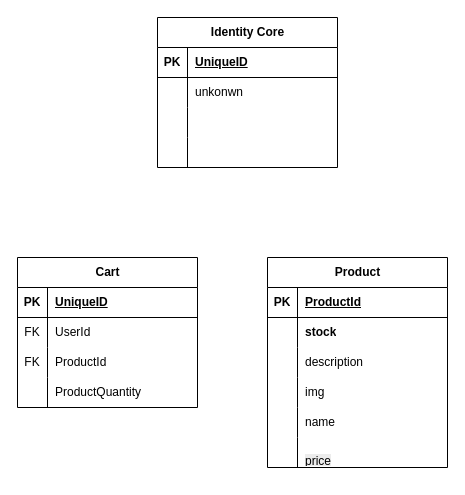
Before: DBDiagram.drawio in TecJoJo/MyStore_backend, a draw.io diagram. Source tidied: cells renumbered, new cells numbered last; positions are measured from the earlier drawing's top-left corner, leaving out a move shared by most shapes. Both pictures are drawn from the tidied source at 100%, with x=0, y=0 at pixel (17, 17).
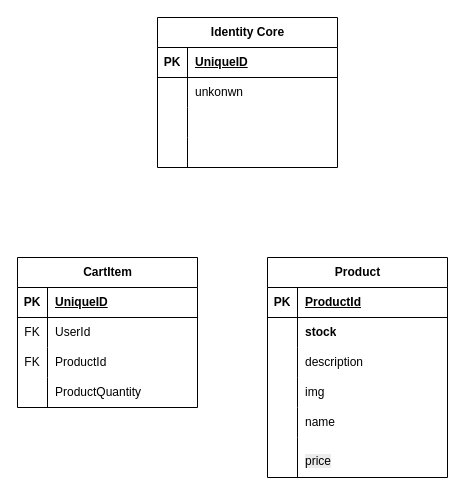
After the change.

The edit, as a diff of the source:
```diff
@@
     <mxCell id="2" value="Product" style="shape=table;startSize=30;childLayout=tableLayout;rowLines=0;fontStyle=1;align=center;html=1;" parent="1" vertex="1">
-      <mxGeometry x="250" y="240" width="180" height="210" as="geometry" />
+      <mxGeometry x="250" y="240" width="180" height="220" as="geometry" />
     </mxCell>
@@
     <mxCell id="18" style="shape=tableRow;horizontal=0;startSize=0;swimlaneHead=0;swimlaneBody=0;fillColor=none;top=0;left=0;right=0;bottom=0;" parent="2" vertex="1">
-      <mxGeometry y="180" width="180" height="30" as="geometry" />
+      <mxGeometry y="180" width="180" height="40" as="geometry" />
     </mxCell>
     <mxCell id="19" style="shape=partialRectangle;fillColor=none;top=0;left=0;bottom=0;right=0;overflow=hidden;whiteSpace=wrap;html=1;" parent="18" vertex="1">
-      <mxGeometry width="30" height="30" as="geometry" />
+      <mxGeometry width="30" height="40" as="geometry" />
     </mxCell>
     <mxCell id="20" value="&#10;&lt;span style=&quot;color: rgb(0, 0, 0); font-family: Helvetica; font-size: 12px; font-style: normal; font-variant-ligatures: normal; font-variant-caps: normal; font-weight: 400; letter-spacing: normal; orphans: 2; text-align: left; text-indent: 0px; text-transform: none; widows: 2; word-spacing: 0px; -webkit-text-stroke-width: 0px; white-space: normal; background-color: rgb(236, 236, 236); text-decoration-thickness: initial; text-decoration-style: initial; text-decoration-color: initial; display: inline !important; float: none;&quot;&gt;price&lt;/span&gt;&#10;&#10;" style="shape=partialRectangle;fillColor=none;top=0;left=0;bottom=0;right=0;align=left;spacingLeft=6;overflow=hidden;whiteSpace=wrap;html=1;" parent="18" vertex="1">
-      <mxGeometry x="30" width="150" height="30" as="geometry" />
+      <mxGeometry x="30" width="150" height="40" as="geometry" />
     </mxCell>
-    <mxCell id="21" value="Cart" style="shape=table;startSize=30;childLayout=tableLayout;rowLines=0;fontStyle=1;align=center;html=1;" parent="1" vertex="1">
+    <mxCell id="21" value="CartItem" style="shape=table;startSize=30;childLayout=tableLayout;rowLines=0;fontStyle=1;align=center;html=1;" parent="1" vertex="1">
       <mxGeometry y="240" width="180" height="150" as="geometry" />
     </mxCell>
```
